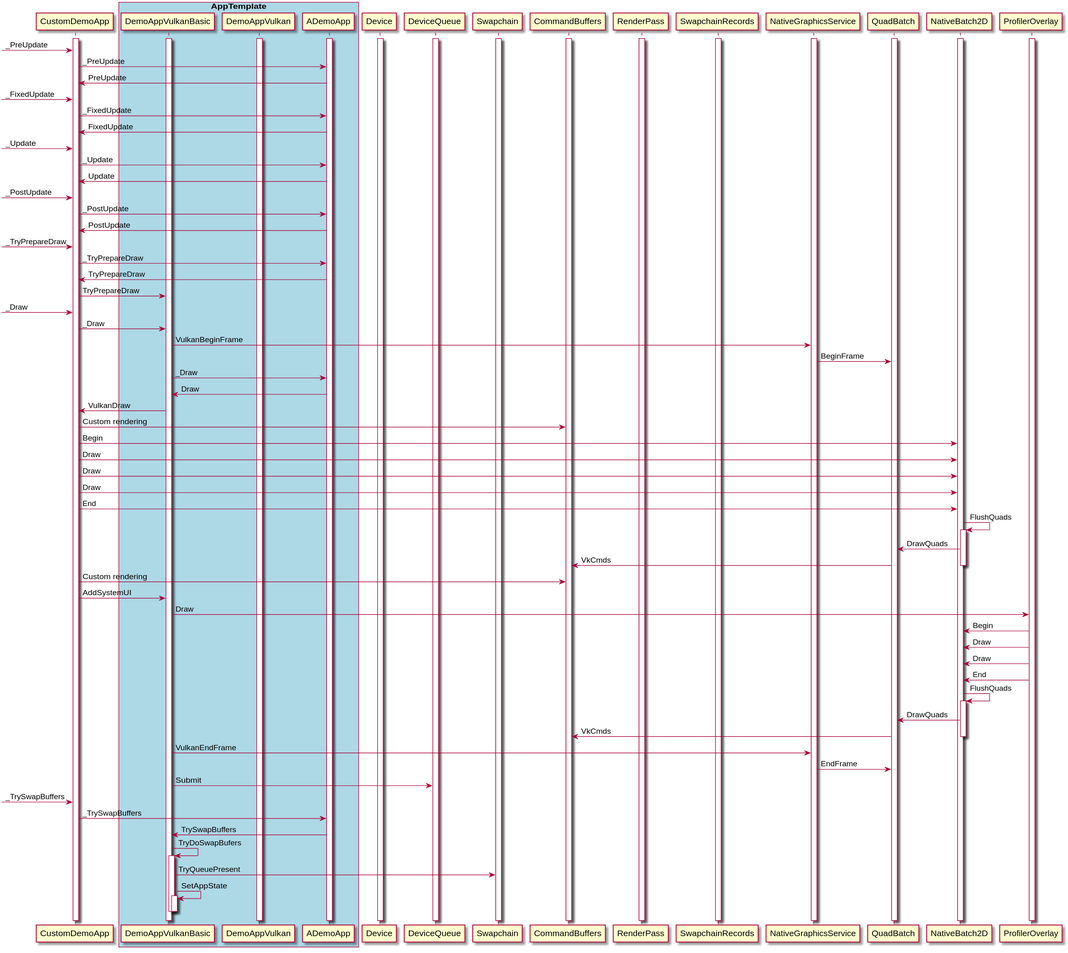
This is Doc/Vulkan/Images/DemoAppVulkanBasic_Flow_Draw.svg from nxp-imx/gtec-demo-framework, a PlantUML export, as it was before one commit. Source of this version:
```plantuml
@startuml
activate CustomDemoApp
activate DemoAppVulkanBasic
activate DemoAppVulkan
activate ADemoApp

box "AppTemplate" #LightBlue
    participant DemoAppVulkanBasic
    participant DemoAppVulkan
    participant ADemoApp
end box

activate Device
activate DeviceQueue
activate Swapchain
activate CommandBuffers
activate RenderPass
activate SwapchainRecords
activate NativeGraphicsService
activate QuadBatch
activate NativeBatch2D
activate ProfilerOverlay

->CustomDemoApp: _PreUpdate
CustomDemoApp->ADemoApp: _PreUpdate
ADemoApp->CustomDemoApp: PreUpdate

->CustomDemoApp: _FixedUpdate
CustomDemoApp->ADemoApp: _FixedUpdate
ADemoApp->CustomDemoApp: FixedUpdate

->CustomDemoApp: _Update
CustomDemoApp->ADemoApp: _Update
ADemoApp->CustomDemoApp: Update

->CustomDemoApp: _PostUpdate
CustomDemoApp->ADemoApp: _PostUpdate
ADemoApp->CustomDemoApp: PostUpdate

->CustomDemoApp: _TryPrepareDraw
CustomDemoApp->ADemoApp: _TryPrepareDraw
ADemoApp->CustomDemoApp: TryPrepareDraw
CustomDemoApp->DemoAppVulkanBasic: TryPrepareDraw

->CustomDemoApp: _Draw
CustomDemoApp->DemoAppVulkanBasic: _Draw
DemoAppVulkanBasic->NativeGraphicsService: VulkanBeginFrame
NativeGraphicsService->QuadBatch: BeginFrame
DemoAppVulkanBasic->ADemoApp: _Draw
ADemoApp->DemoAppVulkanBasic: Draw
DemoAppVulkanBasic->CustomDemoApp: VulkanDraw

CustomDemoApp->CommandBuffers: Custom rendering

CustomDemoApp->NativeBatch2D: Begin
CustomDemoApp->NativeBatch2D: Draw
CustomDemoApp->NativeBatch2D: Draw
CustomDemoApp->NativeBatch2D: Draw
CustomDemoApp->NativeBatch2D: End
NativeBatch2D->NativeBatch2D++: FlushQuads
NativeBatch2D->QuadBatch: DrawQuads
QuadBatch->CommandBuffers: VkCmds
deactivate NativeBatch2D
CustomDemoApp->CommandBuffers: Custom rendering
CustomDemoApp->DemoAppVulkanBasic: AddSystemUI
DemoAppVulkanBasic->ProfilerOverlay: Draw
ProfilerOverlay->NativeBatch2D: Begin
ProfilerOverlay->NativeBatch2D: Draw
ProfilerOverlay->NativeBatch2D: Draw
ProfilerOverlay->NativeBatch2D: End
NativeBatch2D->NativeBatch2D++: FlushQuads
NativeBatch2D->QuadBatch: DrawQuads
QuadBatch->CommandBuffers: VkCmds
deactivate NativeBatch2D

DemoAppVulkanBasic->NativeGraphicsService: VulkanEndFrame
NativeGraphicsService->QuadBatch: EndFrame
DemoAppVulkanBasic->DeviceQueue: Submit

->CustomDemoApp: _TrySwapBuffers
CustomDemoApp->ADemoApp: _TrySwapBuffers
ADemoApp->DemoAppVulkanBasic: TrySwapBuffers
DemoAppVulkanBasic->DemoAppVulkanBasic++: TryDoSwapBufers
DemoAppVulkanBasic->Swapchain: TryQueuePresent
DemoAppVulkanBasic->DemoAppVulkanBasic++: SetAppState
deactivate DemoAppVulkanBasic
deactivate DemoAppVulkanBasic
@enduml
```
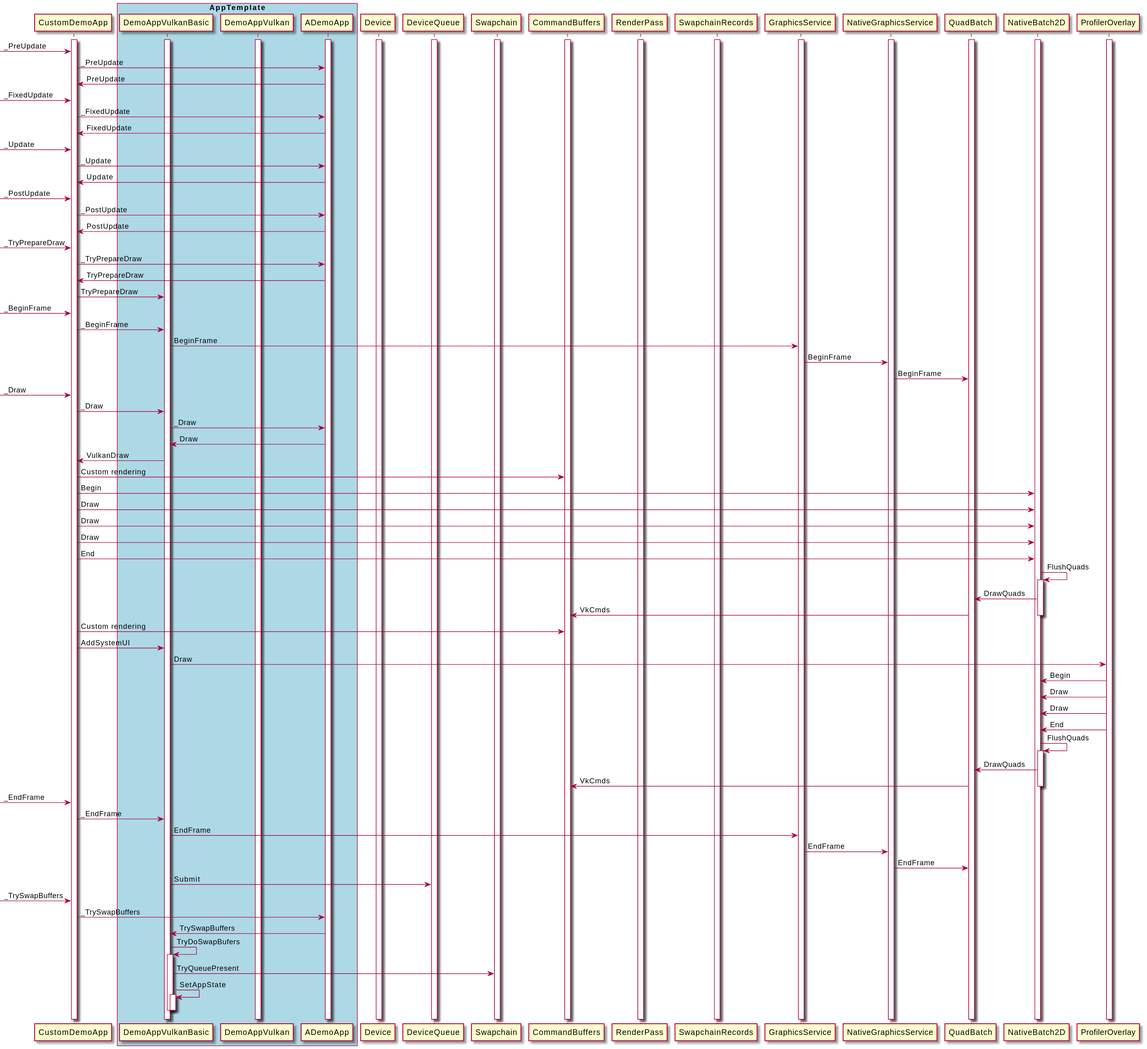
The same file after the commit.

The edit, as a diff of the source:
```diff
@@ -16,6 +16,7 @@
 activate CommandBuffers
 activate RenderPass
 activate SwapchainRecords
+activate GraphicsService
 activate NativeGraphicsService
 activate QuadBatch
 activate NativeBatch2D
@@ -42,10 +43,14 @@
 ADemoApp->CustomDemoApp: TryPrepareDraw
 CustomDemoApp->DemoAppVulkanBasic: TryPrepareDraw
 
+->CustomDemoApp: _BeginFrame
+CustomDemoApp->DemoAppVulkanBasic: _BeginFrame
+DemoAppVulkanBasic->GraphicsService: BeginFrame
+GraphicsService->NativeGraphicsService: BeginFrame
+NativeGraphicsService->QuadBatch: BeginFrame
+
 ->CustomDemoApp: _Draw
 CustomDemoApp->DemoAppVulkanBasic: _Draw
-DemoAppVulkanBasic->NativeGraphicsService: VulkanBeginFrame
-NativeGraphicsService->QuadBatch: BeginFrame
 DemoAppVulkanBasic->ADemoApp: _Draw
 ADemoApp->DemoAppVulkanBasic: Draw
 DemoAppVulkanBasic->CustomDemoApp: VulkanDraw
@@ -73,7 +78,11 @@
 QuadBatch->CommandBuffers: VkCmds
 deactivate NativeBatch2D
 
-DemoAppVulkanBasic->NativeGraphicsService: VulkanEndFrame
+
+->CustomDemoApp: _EndFrame
+CustomDemoApp->DemoAppVulkanBasic: _EndFrame
+DemoAppVulkanBasic->GraphicsService: EndFrame
+GraphicsService->NativeGraphicsService: EndFrame
 NativeGraphicsService->QuadBatch: EndFrame
 DemoAppVulkanBasic->DeviceQueue: Submit
 
```
